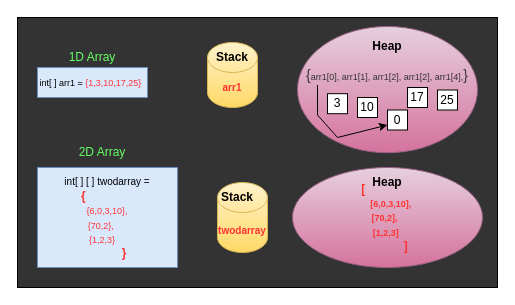
PavanKoppana/blueprints keeps this draw.io diagram as ArrayInternalWorking.drawio. Above is the earlier version. Source tidied: cells renumbered, new cells numbered last; positions are measured from the earlier drawing's top-left corner, leaving out a move shared by most shapes. Both pictures are drawn from the tidied source at 100%, with x=0, y=0 at pixel (17, 17).
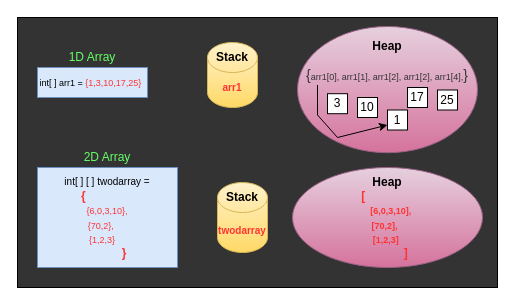
After the change.

Diff of the diagram source:
```diff
@@
-    <mxCell id="13" value="0" style="whiteSpace=wrap;html=1;" parent="1" vertex="1">
+    <mxCell id="13" value="1" style="whiteSpace=wrap;html=1;" parent="1" vertex="1">
       <mxGeometry x="370" y="92.5" width="20" height="20" as="geometry" />
     </mxCell>
@@
     <mxCell id="19" value="&lt;b&gt;Stack&lt;/b&gt;" style="text;html=1;align=center;verticalAlign=middle;whiteSpace=wrap;rounded=0;" parent="1" vertex="1">
-      <mxGeometry x="190" y="165" width="60" height="30" as="geometry" />
+      <mxGeometry x="195" y="165" width="60" height="30" as="geometry" />
     </mxCell>
-    <mxCell id="20" value="&lt;b&gt;&lt;font style=&quot;color: rgb(255, 51, 51);&quot;&gt;&lt;font style=&quot;&quot;&gt;[&lt;/font&gt;&lt;font style=&quot;font-size: 9px;&quot;&gt;&amp;nbsp;&lt;/font&gt;&lt;/font&gt;&lt;font style=&quot;font-size: 9px; color: rgb(255, 51, 51);&quot;&gt;&amp;nbsp;&amp;nbsp; &amp;nbsp; &amp;nbsp; &amp;nbsp; &amp;nbsp; &amp;nbsp; &amp;nbsp; &amp;nbsp; &amp;nbsp;&lt;br&gt;&amp;nbsp; &amp;nbsp;[6,0,3,10],&lt;br&gt;&amp;nbsp; &amp;nbsp;[70,2],&amp;nbsp; &amp;nbsp; &amp;nbsp;&lt;br&gt;&amp;nbsp; &amp;nbsp;[1,2,3]&amp;nbsp; &amp;nbsp;&amp;nbsp;&lt;br&gt;&amp;nbsp; &amp;nbsp; &amp;nbsp; &amp;nbsp; &amp;nbsp; &amp;nbsp; &amp;nbsp; &amp;nbsp;&lt;/font&gt;&lt;font style=&quot;color: rgb(255, 51, 51);&quot;&gt;]&lt;/font&gt;&lt;/b&gt;" style="ellipse;whiteSpace=wrap;html=1;fillColor=#e6d0de;gradientColor=#d5739d;strokeColor=#996185;" parent="1" vertex="1">
+    <mxCell id="20" value="&lt;div&gt;&lt;b&gt;&lt;font style=&quot;color: rgb(255, 51, 51);&quot;&gt;&lt;font style=&quot;&quot;&gt;&lt;br&gt;&lt;/font&gt;&lt;/font&gt;&lt;/b&gt;&lt;/div&gt;&lt;b&gt;&lt;font style=&quot;color: rgb(255, 51, 51);&quot;&gt;&lt;font style=&quot;&quot;&gt;[&lt;/font&gt;&lt;font style=&quot;font-size: 9px;&quot;&gt;&amp;nbsp;&lt;/font&gt;&lt;/font&gt;&lt;font style=&quot;font-size: 9px; color: rgb(255, 51, 51);&quot;&gt;&amp;nbsp;&amp;nbsp; &amp;nbsp; &amp;nbsp; &amp;nbsp; &amp;nbsp; &amp;nbsp; &amp;nbsp; &amp;nbsp; &amp;nbsp;&lt;br&gt;&amp;nbsp; &amp;nbsp;[6,0,3,10],&lt;br&gt;&amp;nbsp; &amp;nbsp;[70,2],&amp;nbsp; &amp;nbsp; &amp;nbsp;&lt;br&gt;&amp;nbsp; &amp;nbsp;[1,2,3]&amp;nbsp; &amp;nbsp;&amp;nbsp;&lt;br&gt;&amp;nbsp; &amp;nbsp; &amp;nbsp; &amp;nbsp; &amp;nbsp; &amp;nbsp; &amp;nbsp; &amp;nbsp;&lt;/font&gt;&lt;font style=&quot;color: rgb(255, 51, 51);&quot;&gt;]&lt;/font&gt;&lt;/b&gt;" style="ellipse;whiteSpace=wrap;html=1;fillColor=#e6d0de;gradientColor=#d5739d;strokeColor=#996185;" parent="1" vertex="1">
       <mxGeometry x="275" y="150" width="190" height="100" as="geometry" />
     </mxCell>
@@
     <mxCell id="22" value="&lt;font style=&quot;color: rgb(102, 255, 102);&quot;&gt;2D Array&lt;/font&gt;" style="text;html=1;align=center;verticalAlign=middle;whiteSpace=wrap;rounded=0;" parent="1" vertex="1">
-      <mxGeometry x="55" y="120" width="60" height="30" as="geometry" />
+      <mxGeometry x="60" y="130" width="60" height="20" as="geometry" />
     </mxCell>
```
